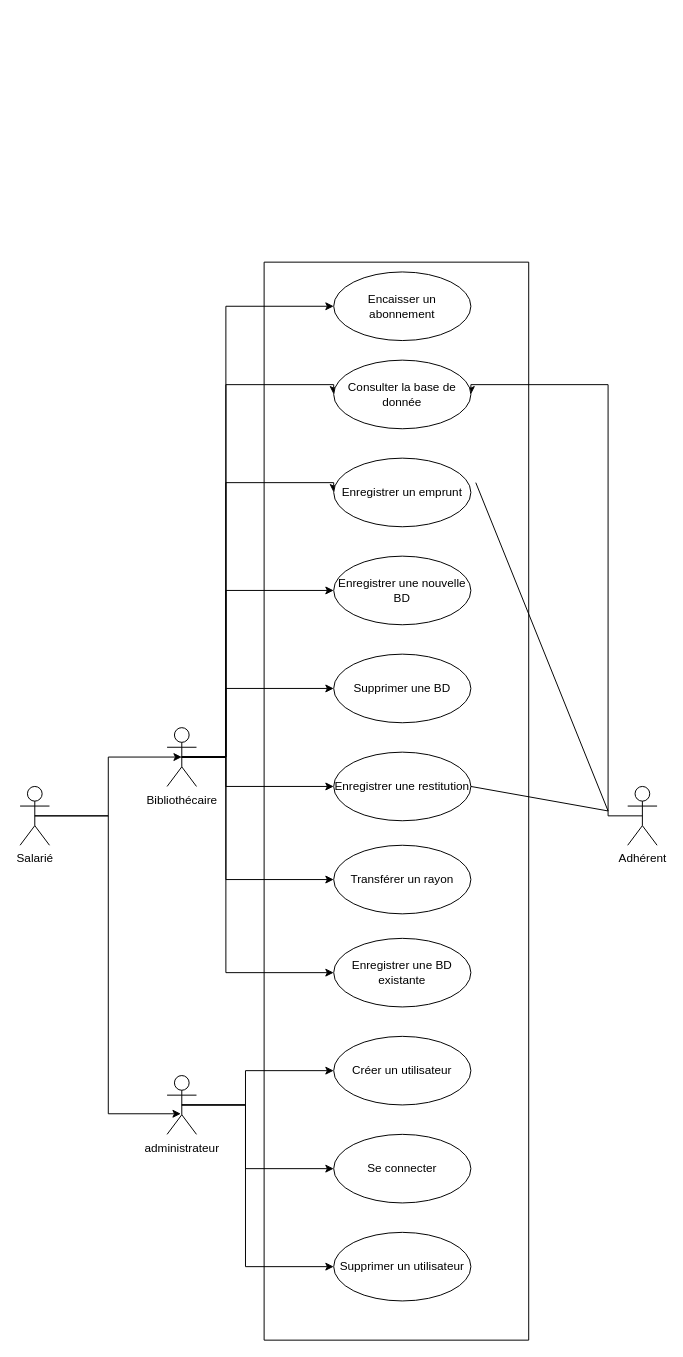
Earlier version of the draw.io diagram UMLBDtèque.drawio (U-Louis/BDTK). Source tidied: cells renumbered, new cells numbered last; positions are measured from the earlier drawing's top-left corner, leaving out a move shared by most shapes. Both pictures are drawn from the tidied source at 98%, with x=0, y=0 at pixel (20, 262).
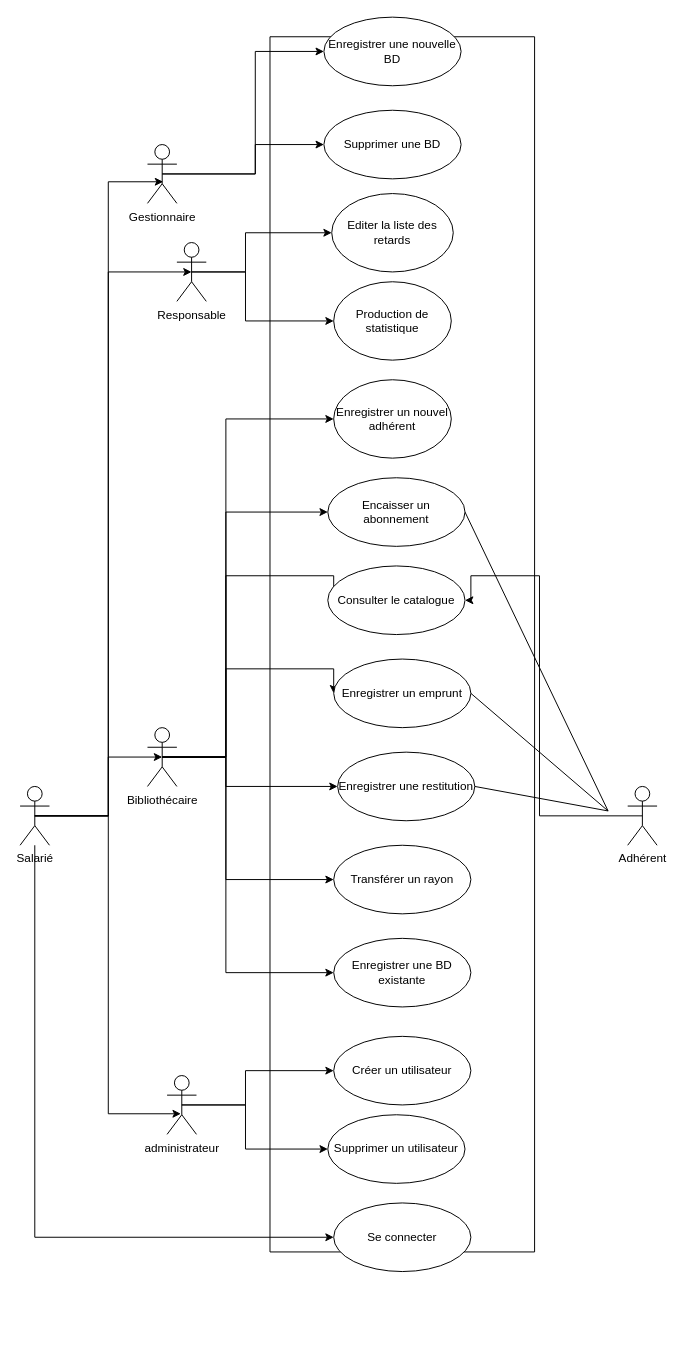
Above is the later version.

Commit message:
Ajout gestionnair et responsable

The change refers to these unchanged cells:
```xml
<mxCell id="5" value="Salarié" style="shape=umlActor;verticalLabelPosition=bottom;verticalAlign=top;html=1;" parent="1" vertex="1">
  <mxGeometry y="535" width="30" height="60" as="geometry" />
</mxCell>
<mxCell id="18" value="administrateur" style="shape=umlActor;verticalLabelPosition=bottom;verticalAlign=top;html=1;" parent="1" vertex="1">
  <mxGeometry x="150" y="830" width="30" height="60" as="geometry" />
</mxCell>
<mxCell id="20" value="Adhérent&lt;br&gt;" style="shape=umlActor;verticalLabelPosition=bottom;verticalAlign=top;html=1;" parent="1" vertex="1">
  <mxGeometry x="620" y="535" width="30" height="60" as="geometry" />
</mxCell>
```

The edit, as a diff of the source:
```diff
@@
     <mxCell id="2" style="verticalLabelPosition=bottom;verticalAlign=top;html=1;shape=mxgraph.basic.rect;fillColor2=none;strokeWidth=1;size=20;indent=5;" parent="1" vertex="1">
-      <mxGeometry x="249" width="270" height="1100" as="geometry" />
+      <mxGeometry x="255" y="-230" width="270" height="1240" as="geometry" />
     </mxCell>
     <mxCell id="3" style="edgeStyle=orthogonalEdgeStyle;rounded=0;jettySize=auto;html=1;exitX=0.5;exitY=0.5;exitDx=0;exitDy=0;exitPerimeter=0;entryX=0.5;entryY=0.5;entryDx=0;entryDy=0;entryPerimeter=0;" parent="1" edge="1" source="5" target="14">
-      <mxGeometry relative="1" as="geometry" />
+      <mxGeometry relative="1" as="geometry">
+        <Array as="points">
+          <mxPoint x="90" y="565" />
+          <mxPoint x="90" y="505" />
+        </Array>
+      </mxGeometry>
     </mxCell>
@@
+    <mxCell id="34" style="edgeStyle=orthogonalEdgeStyle;rounded=0;jettySize=auto;html=1;entryX=0;entryY=0.5;entryDx=0;entryDy=0;" parent="1" edge="1" source="5" target="25">
+      <mxGeometry relative="1" as="geometry">
+        <Array as="points">
+          <mxPoint x="15" y="995" />
+        </Array>
+      </mxGeometry>
+    </mxCell>
+    <mxCell id="35" style="edgeStyle=orthogonalEdgeStyle;rounded=0;jettySize=auto;html=1;exitX=0.5;exitY=0.5;exitDx=0;exitDy=0;exitPerimeter=0;entryX=0.533;entryY=0.633;entryDx=0;entryDy=0;entryPerimeter=0;" parent="1" edge="1" source="5" target="45">
+      <mxGeometry relative="1" as="geometry">
+        <Array as="points">
+          <mxPoint x="90" y="565" />
+          <mxPoint x="90" y="-82" />
+        </Array>
+      </mxGeometry>
+    </mxCell>
+    <mxCell id="36" style="edgeStyle=orthogonalEdgeStyle;rounded=0;jettySize=auto;html=1;exitX=0.5;exitY=0.5;exitDx=0;exitDy=0;exitPerimeter=0;entryX=0.5;entryY=0.5;entryDx=0;entryDy=0;entryPerimeter=0;" parent="1" edge="1" source="5" target="40">
+      <mxGeometry relative="1" as="geometry">
+        <Array as="points">
+          <mxPoint x="90" y="565" />
+          <mxPoint x="90" y="10" />
+        </Array>
+      </mxGeometry>
+    </mxCell>
@@
     <mxCell id="6" style="edgeStyle=orthogonalEdgeStyle;rounded=0;jettySize=auto;html=1;exitX=0.5;exitY=0.5;exitDx=0;exitDy=0;exitPerimeter=0;entryX=0;entryY=0.5;entryDx=0;entryDy=0;" parent="1" edge="1" source="14" target="27">
       <mxGeometry relative="1" as="geometry">
         <Array as="points">
           <mxPoint x="210" y="505" />
-          <mxPoint x="210" y="125" />
+          <mxPoint x="210" y="320" />
+          <mxPoint x="320" y="320" />
         </Array>
       </mxGeometry>
     </mxCell>
     <mxCell id="7" style="edgeStyle=orthogonalEdgeStyle;rounded=0;jettySize=auto;html=1;exitX=0.5;exitY=0.5;exitDx=0;exitDy=0;exitPerimeter=0;entryX=0;entryY=0.5;entryDx=0;entryDy=0;" parent="1" edge="1" source="14" target="26">
       <mxGeometry relative="1" as="geometry">
         <Array as="points">
           <mxPoint x="210" y="505" />
-          <mxPoint x="210" y="225" />
+          <mxPoint x="210" y="415" />
         </Array>
       </mxGeometry>
     </mxCell>
-    <mxCell id="8" style="edgeStyle=orthogonalEdgeStyle;rounded=0;jettySize=auto;html=1;exitX=0.5;exitY=0.5;exitDx=0;exitDy=0;exitPerimeter=0;entryX=0;entryY=0.5;entryDx=0;entryDy=0;" parent="1" edge="1" source="14" target="21">
-      <mxGeometry relative="1" as="geometry">
-        <Array as="points">
-          <mxPoint x="210" y="505" />
-          <mxPoint x="210" y="335" />
-        </Array>
-      </mxGeometry>
-    </mxCell>
-    <mxCell id="9" style="edgeStyle=orthogonalEdgeStyle;rounded=0;jettySize=auto;html=1;exitX=0.5;exitY=0.5;exitDx=0;exitDy=0;exitPerimeter=0;entryX=0;entryY=0.5;entryDx=0;entryDy=0;" parent="1" edge="1" source="14" target="22">
-      <mxGeometry relative="1" as="geometry">
-        <Array as="points">
-          <mxPoint x="210" y="505" />
-          <mxPoint x="210" y="435" />
-        </Array>
-      </mxGeometry>
-    </mxCell>
@@
     <mxCell id="13" style="edgeStyle=orthogonalEdgeStyle;rounded=0;jettySize=auto;html=1;exitX=0.5;exitY=0.5;exitDx=0;exitDy=0;exitPerimeter=0;entryX=0;entryY=0.5;entryDx=0;entryDy=0;" parent="1" edge="1" source="14" target="33">
       <mxGeometry relative="1" as="geometry">
         <Array as="points">
           <mxPoint x="210" y="505" />
-          <mxPoint x="210" y="45" />
+          <mxPoint x="210" y="255" />
         </Array>
       </mxGeometry>
     </mxCell>
+    <mxCell id="37" style="edgeStyle=orthogonalEdgeStyle;rounded=0;jettySize=auto;html=1;exitX=0.5;exitY=0.5;exitDx=0;exitDy=0;exitPerimeter=0;entryX=0;entryY=0.5;entryDx=0;entryDy=0;" parent="1" edge="1" source="14" target="42">
+      <mxGeometry relative="1" as="geometry">
+        <Array as="points">
+          <mxPoint x="210" y="505" />
+          <mxPoint x="210" y="160" />
+        </Array>
+      </mxGeometry>
+    </mxCell>
     <mxCell id="14" value="Bibliothécaire" style="shape=umlActor;verticalLabelPosition=bottom;verticalAlign=top;html=1;" parent="1" vertex="1">
-      <mxGeometry x="150" y="475" width="30" height="60" as="geometry" />
+      <mxGeometry x="130" y="475" width="30" height="60" as="geometry" />
     </mxCell>
@@
-    <mxCell id="16" style="edgeStyle=orthogonalEdgeStyle;rounded=0;jettySize=auto;html=1;exitX=0.5;exitY=0.5;exitDx=0;exitDy=0;exitPerimeter=0;" parent="1" edge="1" source="18" target="25">
-      <mxGeometry relative="1" as="geometry">
-        <Array as="points">
-          <mxPoint x="230" y="860" />
-          <mxPoint x="230" y="925" />
-        </Array>
-      </mxGeometry>
-    </mxCell>
     <mxCell id="17" style="edgeStyle=orthogonalEdgeStyle;rounded=0;jettySize=auto;html=1;exitX=0.5;exitY=0.5;exitDx=0;exitDy=0;exitPerimeter=0;entryX=0;entryY=0.5;entryDx=0;entryDy=0;" parent="1" edge="1" source="18" target="30">
       <mxGeometry relative="1" as="geometry">
         <Array as="points">
           <mxPoint x="230" y="860" />
-          <mxPoint x="230" y="1025" />
+          <mxPoint x="230" y="905" />
         </Array>
       </mxGeometry>
     </mxCell>
@@
     <mxCell id="19" style="edgeStyle=orthogonalEdgeStyle;rounded=0;jettySize=auto;html=1;exitX=0.5;exitY=0.5;exitDx=0;exitDy=0;exitPerimeter=0;entryX=1;entryY=0.5;entryDx=0;entryDy=0;" parent="1" edge="1" source="20" target="27">
       <mxGeometry relative="1" as="geometry">
         <Array as="points">
-          <mxPoint x="600" y="565" />
-          <mxPoint x="600" y="125" />
+          <mxPoint x="530" y="565" />
+          <mxPoint x="530" y="320" />
+          <mxPoint x="460" y="320" />
         </Array>
       </mxGeometry>
     </mxCell>
@@
     <mxCell id="21" value="Enregistrer une nouvelle BD" style="ellipse;whiteSpace=wrap;html=1;" parent="1" vertex="1">
-      <mxGeometry x="320" y="300" width="140" height="70" as="geometry" />
+      <mxGeometry x="310" y="-250" width="140" height="70" as="geometry" />
     </mxCell>
     <mxCell id="22" value="Supprimer une BD" style="ellipse;whiteSpace=wrap;html=1;" parent="1" vertex="1">
-      <mxGeometry x="320" y="400" width="140" height="70" as="geometry" />
+      <mxGeometry x="310" y="-155" width="140" height="70" as="geometry" />
     </mxCell>
     <mxCell id="23" value="Enregistrer une restitution" style="ellipse;whiteSpace=wrap;html=1;" parent="1" vertex="1">
-      <mxGeometry x="320" y="500" width="140" height="70" as="geometry" />
+      <mxGeometry x="324" y="500" width="140" height="70" as="geometry" />
     </mxCell>
@@
     <mxCell id="25" value="Se connecter" style="ellipse;whiteSpace=wrap;html=1;" parent="1" vertex="1">
-      <mxGeometry x="320" y="890" width="140" height="70" as="geometry" />
+      <mxGeometry x="320" y="960" width="140" height="70" as="geometry" />
     </mxCell>
     <mxCell id="26" value="Enregistrer un emprunt" style="ellipse;whiteSpace=wrap;html=1;" parent="1" vertex="1">
-      <mxGeometry x="320" y="200" width="140" height="70" as="geometry" />
+      <mxGeometry x="320" y="405" width="140" height="70" as="geometry" />
     </mxCell>
-    <mxCell id="27" value="Consulter la base de donnée" style="ellipse;whiteSpace=wrap;html=1;" parent="1" vertex="1">
-      <mxGeometry x="320" y="100" width="140" height="70" as="geometry" />
+    <mxCell id="27" value="Consulter le catalogue" style="ellipse;whiteSpace=wrap;html=1;" parent="1" vertex="1">
+      <mxGeometry x="314" y="310" width="140" height="70" as="geometry" />
     </mxCell>
@@
     <mxCell id="30" value="Supprimer un utilisateur" style="ellipse;whiteSpace=wrap;html=1;" parent="1" vertex="1">
-      <mxGeometry x="320" y="990" width="140" height="70" as="geometry" />
+      <mxGeometry x="314" y="870" width="140" height="70" as="geometry" />
     </mxCell>
-    <mxCell id="31" style="endArrow=none;html=1;" parent="1" edge="1">
+    <mxCell id="31" style="endArrow=none;html=1;exitX=1;exitY=0.5;exitDx=0;exitDy=0;" parent="1" edge="1" source="33">
       <mxGeometry relative="1" as="geometry">
-        <mxPoint x="465" y="225" as="sourcePoint" />
         <mxPoint x="600" y="560" as="targetPoint" />
       </mxGeometry>
     </mxCell>
@@
     <mxCell id="33" value="Encaisser un abonnement" style="ellipse;whiteSpace=wrap;html=1;" parent="1" vertex="1">
-      <mxGeometry x="320" y="10" width="140" height="70" as="geometry" />
+      <mxGeometry x="314" y="220" width="140" height="70" as="geometry" />
     </mxCell>
+    <mxCell id="38" style="edgeStyle=orthogonalEdgeStyle;rounded=0;jettySize=auto;html=1;exitX=0.5;exitY=0.5;exitDx=0;exitDy=0;exitPerimeter=0;" parent="1" edge="1" source="40" target="46">
+      <mxGeometry relative="1" as="geometry">
+        <Array as="points">
+          <mxPoint x="230" y="10" />
+          <mxPoint x="230" y="-30" />
+        </Array>
+      </mxGeometry>
+    </mxCell>
+    <mxCell id="39" style="edgeStyle=orthogonalEdgeStyle;rounded=0;jettySize=auto;html=1;exitX=0.5;exitY=0.5;exitDx=0;exitDy=0;exitPerimeter=0;entryX=0;entryY=0.5;entryDx=0;entryDy=0;" parent="1" edge="1" source="40" target="47">
+      <mxGeometry relative="1" as="geometry">
+        <Array as="points">
+          <mxPoint x="230" y="10" />
+          <mxPoint x="230" y="60" />
+        </Array>
+      </mxGeometry>
+    </mxCell>
+    <mxCell id="40" value="Responsable&lt;br&gt;" style="shape=umlActor;verticalLabelPosition=bottom;verticalAlign=top;html=1;" parent="1" vertex="1">
+      <mxGeometry x="160" y="-20" width="30" height="60" as="geometry" />
+    </mxCell>
+    <mxCell id="41" style="endArrow=none;html=1;entryX=1;entryY=0.5;entryDx=0;entryDy=0;" parent="1" edge="1" target="26">
+      <mxGeometry relative="1" as="geometry">
+        <mxPoint x="600" y="560" as="sourcePoint" />
+      </mxGeometry>
+    </mxCell>
+    <mxCell id="42" value="Enregistrer un nouvel adhérent" style="ellipse;whiteSpace=wrap;html=1;" parent="1" vertex="1">
+      <mxGeometry x="320" y="120" width="120" height="80" as="geometry" />
+    </mxCell>
+    <mxCell id="43" style="edgeStyle=orthogonalEdgeStyle;rounded=0;jettySize=auto;html=1;exitX=0.5;exitY=0.5;exitDx=0;exitDy=0;exitPerimeter=0;entryX=0;entryY=0.5;entryDx=0;entryDy=0;" parent="1" edge="1" source="45" target="22">
+      <mxGeometry relative="1" as="geometry">
+        <Array as="points">
+          <mxPoint x="240" y="-90" />
+          <mxPoint x="240" y="-120" />
+        </Array>
+      </mxGeometry>
+    </mxCell>
+    <mxCell id="44" style="edgeStyle=orthogonalEdgeStyle;rounded=0;jettySize=auto;html=1;exitX=0.5;exitY=0.5;exitDx=0;exitDy=0;exitPerimeter=0;entryX=0;entryY=0.5;entryDx=0;entryDy=0;" parent="1" edge="1" source="45" target="21">
+      <mxGeometry relative="1" as="geometry">
+        <Array as="points">
+          <mxPoint x="240" y="-90" />
+          <mxPoint x="240" y="-215" />
+        </Array>
+      </mxGeometry>
+    </mxCell>
+    <mxCell id="45" value="Gestionnaire" style="shape=umlActor;verticalLabelPosition=bottom;verticalAlign=top;html=1;" parent="1" vertex="1">
+      <mxGeometry x="130" y="-120" width="30" height="60" as="geometry" />
+    </mxCell>
+    <mxCell id="46" value="Editer la liste des retards" style="ellipse;whiteSpace=wrap;html=1;" parent="1" vertex="1">
+      <mxGeometry x="318" y="-70" width="124" height="80" as="geometry" />
+    </mxCell>
+    <mxCell id="47" value="Production de statistique" style="ellipse;whiteSpace=wrap;html=1;" parent="1" vertex="1">
+      <mxGeometry x="320" y="20" width="120" height="80" as="geometry" />
+    </mxCell>
```
